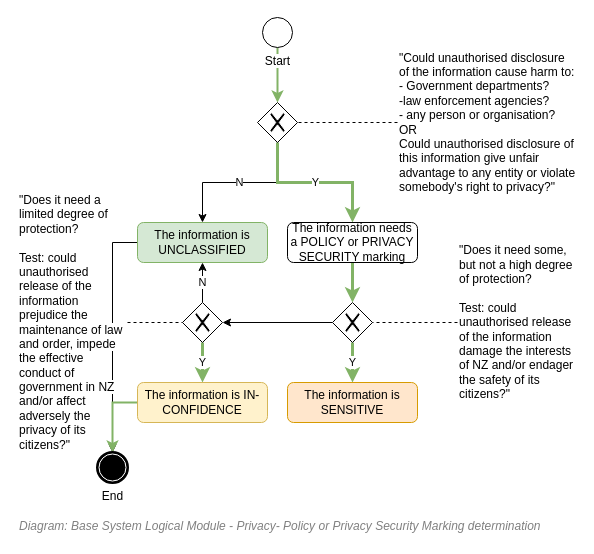
The draw.io diagram 22.Privacy View/Privacy View - NZ Govt Specific - Privacy Or Security Marking.drawio in skysgh/System.Design.Resources.Service, before the edit. Source tidied: cells renumbered, new cells numbered last; positions are measured from the earlier drawing's top-left corner, leaving out a move shared by most shapes. Both pictures are drawn from the tidied source at 100%, with x=0, y=0 at pixel (17, 17).
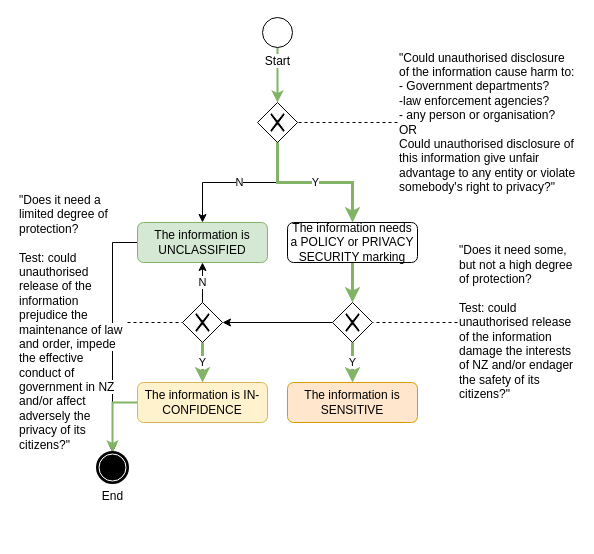
After the change.

Diff of the diagram source:
```diff
@@
-    <mxCell id="27" value="&lt;font style=&quot;font-size: 12px&quot;&gt;&lt;span style=&quot;font-size: 12px&quot;&gt;Diagram: Base System Logical Module -&amp;nbsp;&lt;/span&gt;Privacy- Policy or Privacy Security Marking determination&lt;/font&gt;" style="text;strokeColor=none;fillColor=none;html=1;fontSize=24;fontStyle=2;verticalAlign=middle;align=left;shadow=0;glass=0;comic=0;opacity=30;fontColor=#808080;" parent="1" vertex="1">
-      <mxGeometry y="495" width="520" height="20" as="geometry" />
-    </mxCell>
-    <mxCell id="28" parent="0" />
```
